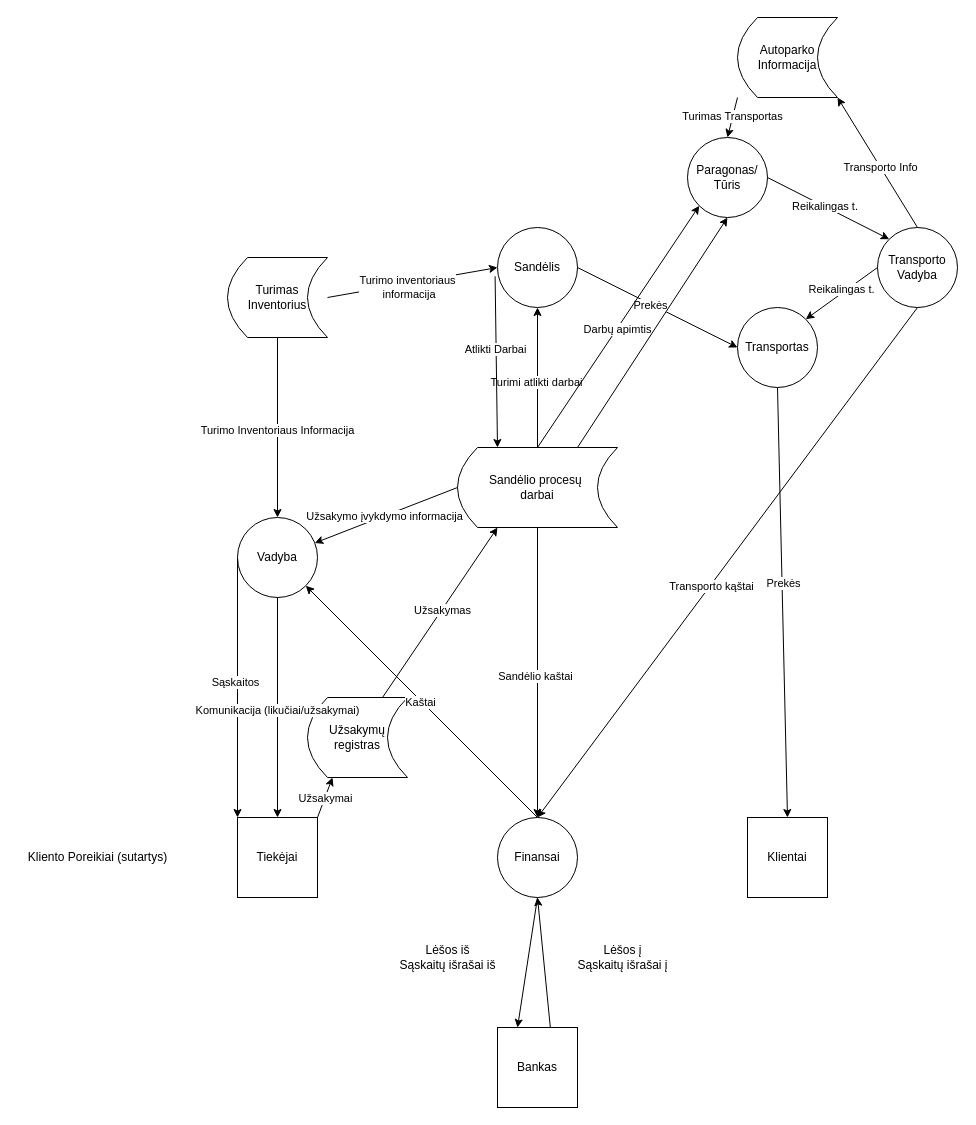
Earlier version of the draw.io diagram page "Pirmas Lygis" (3 of 3) of Untitled Diagram.drawio (D0mazo/Studijos). Source tidied: cells renumbered, new cells numbered last; positions are measured from the earlier drawing's top-left corner, leaving out a move shared by most shapes. Both pictures are drawn from the tidied source at 100%, with x=0, y=0 at pixel (17, 17).
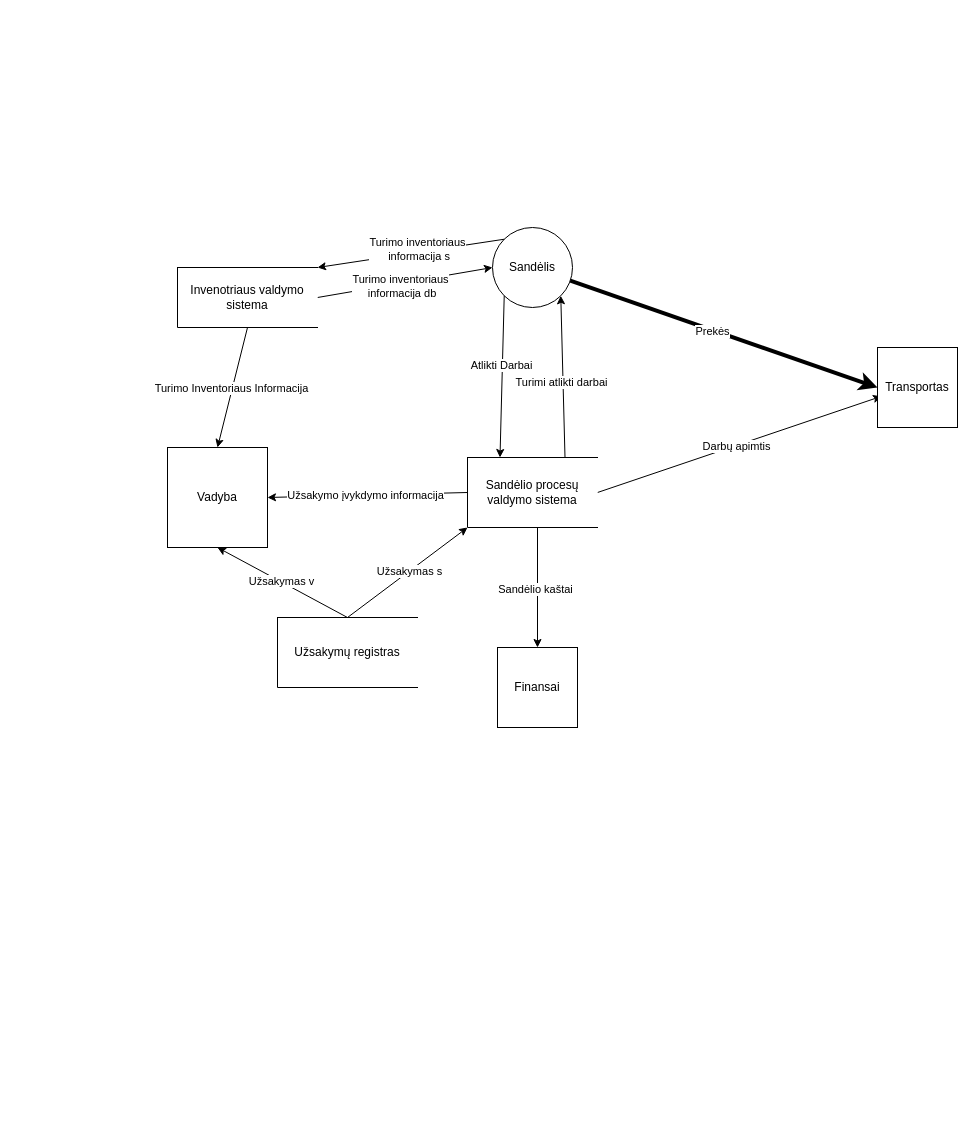
After the change.

The edit, as a diff of the source:
```diff
@@
-    <mxCell id="2" value="Klientai" style="whiteSpace=wrap;html=1;" parent="1" vertex="1">
-      <mxGeometry x="730" y="800" width="80" height="80" as="geometry" />
-    </mxCell>
-    <mxCell id="3" value="Tiekėjai" style="whiteSpace=wrap;html=1;" parent="1" vertex="1">
-      <mxGeometry x="220" y="800" width="80" height="80" as="geometry" />
-    </mxCell>
-    <mxCell id="4" value="Bankas" style="whiteSpace=wrap;html=1;" parent="1" vertex="1">
-      <mxGeometry x="480" y="1010" width="80" height="80" as="geometry" />
-    </mxCell>
-    <mxCell id="5" style="endArrow=classic;html=1;rounded=0;entryX=0.25;entryY=0;entryDx=0;entryDy=0;exitX=0.5;exitY=1;exitDx=0;exitDy=0;" parent="1" edge="1" source="20" target="4">
-      <mxGeometry relative="1" as="geometry" />
-    </mxCell>
-    <mxCell id="6" style="endArrow=classic;html=1;rounded=0;exitX=0.66;exitY=-0.005;exitDx=0;exitDy=0;exitPerimeter=0;entryX=0.5;entryY=1;entryDx=0;entryDy=0;" parent="1" edge="1" source="4" target="20">
-      <mxGeometry relative="1" as="geometry" />
-    </mxCell>
-    <mxCell id="7" value="Lėšos į&lt;div&gt;Sąskaitų išrašai į&lt;/div&gt;" style="text;html=1;align=center;verticalAlign=middle;strokeColor=none;fillColor=none;" parent="1" vertex="1">
-      <mxGeometry x="550" y="920" width="110" height="40" as="geometry" />
-    </mxCell>
-    <mxCell id="8" value="Lėšos iš&lt;div&gt;Sąskaitų išrašai iš&lt;/div&gt;" style="text;html=1;align=center;verticalAlign=middle;strokeColor=none;fillColor=none;" parent="1" vertex="1">
-      <mxGeometry x="370" y="920" width="120" height="40" as="geometry" />
-    </mxCell>
-    <mxCell id="9" value="Kliento Poreikiai (sutartys)" style="text;html=1;align=center;verticalAlign=middle;strokeColor=none;fillColor=none;" parent="1" vertex="1">
-      <mxGeometry y="825" width="160" height="30" as="geometry" />
-    </mxCell>
-    <mxCell id="10" value="Vadyba" style="ellipse;whiteSpace=wrap;html=1;" parent="1" vertex="1">
-      <mxGeometry x="220" y="500" width="80" height="80" as="geometry" />
-    </mxCell>
-    <mxCell id="11" style="endArrow=classic;html=1;rounded=0;exitX=1;exitY=0;exitDx=0;exitDy=0;entryX=0.25;entryY=1;entryDx=0;entryDy=0;" parent="1" edge="1" source="3" target="21">
-      <mxGeometry relative="1" as="geometry" />
-    </mxCell>
-    <mxCell id="12" value="Užsakymai" style="edgeLabel;html=1;align=center;verticalAlign=middle;" parent="11" vertex="1">
-      <mxGeometry x="-0.03" relative="1" as="geometry" />
-    </mxCell>
     <mxCell id="13" value="Sandėlis" style="ellipse;whiteSpace=wrap;html=1;" parent="1" vertex="1">
-      <mxGeometry x="480" y="210" width="80" height="80" as="geometry" />
+      <mxGeometry x="475" y="210" width="80" height="80" as="geometry" />
     </mxCell>
-    <mxCell id="14" style="endArrow=classic;html=1;rounded=0;exitX=1;exitY=0.5;exitDx=0;exitDy=0;entryX=0;entryY=0.5;entryDx=0;entryDy=0;" parent="1" edge="1" source="13" target="48">
+    <mxCell id="14" style="endArrow=classic;html=1;rounded=0;entryX=0;entryY=0.5;entryDx=0;entryDy=0;strokeWidth=4;" parent="1" edge="1" source="13" target="48">
       <mxGeometry relative="1" as="geometry" />
     </mxCell>
@@
-    <mxCell id="16" style="endArrow=classic;html=1;rounded=0;exitX=0.5;exitY=1;exitDx=0;exitDy=0;entryX=0.5;entryY=0;entryDx=0;entryDy=0;" parent="1" edge="1" source="48" target="2">
-      <mxGeometry relative="1" as="geometry" />
-    </mxCell>
-    <mxCell id="17" value="Prekės" style="edgeLabel;html=1;align=center;verticalAlign=middle;" parent="16" vertex="1">
-      <mxGeometry x="-0.09" y="1" relative="1" as="geometry" />
-    </mxCell>
-    <mxCell id="18" style="endArrow=classic;html=1;rounded=0;exitX=0;exitY=0.5;exitDx=0;exitDy=0;entryX=0;entryY=0;entryDx=0;entryDy=0;" parent="1" edge="1" source="10" target="3">
-      <mxGeometry relative="1" as="geometry" />
-    </mxCell>
-    <mxCell id="19" value="Sąskaitos" style="edgeLabel;html=1;align=center;verticalAlign=middle;" parent="18" vertex="1">
-      <mxGeometry x="-0.05" y="-3" relative="1" as="geometry" />
-    </mxCell>
-    <mxCell id="20" value="Finansai" style="ellipse;whiteSpace=wrap;html=1;" parent="1" vertex="1">
-      <mxGeometry x="480" y="800" width="80" height="80" as="geometry" />
-    </mxCell>
-    <mxCell id="21" value="Užsakymų registras" style="shape=dataStorage;whiteSpace=wrap;html=1;fixedSize=1;" parent="1" vertex="1">
-      <mxGeometry x="290" y="680" width="100" height="80" as="geometry" />
-    </mxCell>
-    <mxCell id="22" value="Turimas Inventorius" style="shape=dataStorage;whiteSpace=wrap;html=1;fixedSize=1;" parent="1" vertex="1">
-      <mxGeometry x="210" y="240" width="100" height="80" as="geometry" />
-    </mxCell>
-    <mxCell id="23" value="Autoparko Informacija" style="shape=dataStorage;whiteSpace=wrap;html=1;fixedSize=1;" parent="1" vertex="1">
-      <mxGeometry x="720" width="100" height="80" as="geometry" />
-    </mxCell>
-    <mxCell id="24" style="endArrow=classic;html=1;rounded=0;exitX=0.75;exitY=0;exitDx=0;exitDy=0;entryX=0.25;entryY=1;entryDx=0;entryDy=0;" parent="1" edge="1" source="21" target="26">
+    <mxCell id="24" style="endArrow=classic;html=1;rounded=0;exitX=0.5;exitY=0;exitDx=0;exitDy=0;entryX=0;entryY=1;entryDx=0;entryDy=0;" parent="1" edge="1" source="21" target="60">
       <mxGeometry relative="1" as="geometry" />
     </mxCell>
-    <mxCell id="25" value="Užsakymas" style="edgeLabel;html=1;align=center;verticalAlign=middle;" parent="24" vertex="1">
+    <mxCell id="25" value="Užsakymas s" style="edgeLabel;html=1;align=center;verticalAlign=middle;" parent="24" vertex="1">
       <mxGeometry x="0.03" relative="1" as="geometry" />
     </mxCell>
-    <mxCell id="26" value="Sandėlio procesų&amp;nbsp;&lt;div&gt;darbai&lt;/div&gt;" style="shape=dataStorage;whiteSpace=wrap;html=1;fixedSize=1;" parent="1" vertex="1">
-      <mxGeometry x="440" y="430" width="160" height="80" as="geometry" />
-    </mxCell>
-    <mxCell id="27" style="endArrow=classic;html=1;rounded=0;exitX=0;exitY=0.5;exitDx=0;exitDy=0;" parent="1" edge="1" source="26" target="10">
+    <mxCell id="27" style="endArrow=classic;html=1;rounded=0;exitX=0;exitY=0.5;exitDx=0;exitDy=0;entryX=1;entryY=0.5;entryDx=0;entryDy=0;" parent="1" edge="1" source="60" target="10">
       <mxGeometry relative="1" as="geometry" />
     </mxCell>
@@
-    <mxCell id="29" style="endArrow=classic;html=1;rounded=0;exitX=0.5;exitY=1;exitDx=0;exitDy=0;entryX=0.5;entryY=0;entryDx=0;entryDy=0;" parent="1" edge="1" source="10" target="3">
-      <mxGeometry relative="1" as="geometry" />
-    </mxCell>
-    <mxCell id="30" value="Komunikacija (likučiai/užsakymai)" style="edgeLabel;html=1;align=center;verticalAlign=middle;" parent="29" vertex="1">
-      <mxGeometry x="0.02" y="-1" relative="1" as="geometry" />
-    </mxCell>
-    <mxCell id="31" style="endArrow=classic;html=1;rounded=0;exitX=1;exitY=0.5;exitDx=0;exitDy=0;entryX=0;entryY=0.5;entryDx=0;entryDy=0;" parent="1" edge="1" source="22" target="13">
+    <mxCell id="31" style="endArrow=classic;html=1;rounded=0;exitX=1;exitY=0.5;exitDx=0;exitDy=0;entryX=0;entryY=0.5;entryDx=0;entryDy=0;" parent="1" edge="1" source="59" target="13">
       <mxGeometry relative="1" as="geometry" />
     </mxCell>
-    <mxCell id="32" value="Turimo inventoriaus&lt;div&gt;&amp;nbsp;informacija&lt;/div&gt;" style="edgeLabel;html=1;align=center;verticalAlign=middle;" parent="31" vertex="1">
+    <mxCell id="32" value="Turimo inventoriaus&lt;div&gt;&amp;nbsp;informacija db&lt;/div&gt;" style="edgeLabel;html=1;align=center;verticalAlign=middle;" parent="31" vertex="1">
       <mxGeometry x="-0.07" y="-3" relative="1" as="geometry" />
     </mxCell>
-    <mxCell id="33" style="endArrow=classic;html=1;rounded=0;entryX=0.5;entryY=1;entryDx=0;entryDy=0;" parent="1" edge="1" target="13">
-      <mxGeometry relative="1" as="geometry">
-        <mxPoint x="520" y="430" as="sourcePoint" />
-      </mxGeometry>
+    <mxCell id="33" style="endArrow=classic;html=1;rounded=0;entryX=1;entryY=1;entryDx=0;entryDy=0;exitX=0.75;exitY=0;exitDx=0;exitDy=0;" parent="1" edge="1" source="60" target="13">
+      <mxGeometry relative="1" as="geometry" />
     </mxCell>
@@
-    <mxCell id="35" value="Paragonas/&lt;div&gt;Tūris&lt;/div&gt;" style="ellipse;whiteSpace=wrap;html=1;" parent="1" vertex="1">
-      <mxGeometry x="670" y="120" width="80" height="80" as="geometry" />
-    </mxCell>
-    <mxCell id="36" value="Transporto&lt;div&gt;Vadyba&lt;/div&gt;" style="ellipse;whiteSpace=wrap;html=1;" parent="1" vertex="1">
-      <mxGeometry x="860" y="210" width="80" height="80" as="geometry" />
-    </mxCell>
-    <mxCell id="37" style="endArrow=classic;html=1;rounded=0;exitX=0.5;exitY=0;exitDx=0;exitDy=0;entryX=0;entryY=1;entryDx=0;entryDy=0;" parent="1" edge="1" source="26" target="35">
+    <mxCell id="37" style="endArrow=classic;html=1;rounded=0;exitX=1;exitY=0.5;exitDx=0;exitDy=0;entryX=0.05;entryY=0.61;entryDx=0;entryDy=0;entryPerimeter=0;" parent="1" edge="1" source="60" target="48">
       <mxGeometry relative="1" as="geometry" />
     </mxCell>
@@
-    <mxCell id="39" style="endArrow=classic;html=1;rounded=0;exitX=0;exitY=1;exitDx=0;exitDy=0;entryX=0.5;entryY=0;entryDx=0;entryDy=0;" parent="1" edge="1" source="23" target="35">
-      <mxGeometry relative="1" as="geometry" />
-    </mxCell>
-    <mxCell id="40" value="Turimas Transportas" style="edgeLabel;html=1;align=center;verticalAlign=middle;" parent="39" vertex="1">
-      <mxGeometry x="-0.1" relative="1" as="geometry">
-        <mxPoint x="-1" as="offset" />
-      </mxGeometry>
-    </mxCell>
-    <mxCell id="41" style="endArrow=classic;html=1;rounded=0;exitX=0.5;exitY=0;exitDx=0;exitDy=0;entryX=1;entryY=1;entryDx=0;entryDy=0;" parent="1" edge="1" source="36" target="23">
-      <mxGeometry relative="1" as="geometry" />
-    </mxCell>
-    <mxCell id="42" value="Transporto Info" style="edgeLabel;html=1;align=center;verticalAlign=middle;" parent="41" vertex="1">
-      <mxGeometry x="-0.07" relative="1" as="geometry" />
-    </mxCell>
-    <mxCell id="43" style="endArrow=classic;html=1;rounded=0;exitX=0.5;exitY=1;exitDx=0;exitDy=0;entryX=0.5;entryY=0;entryDx=0;entryDy=0;" parent="1" edge="1" source="36" target="20">
-      <mxGeometry relative="1" as="geometry" />
-    </mxCell>
-    <mxCell id="44" value="Transporto kąštai" style="edgeLabel;html=1;align=center;verticalAlign=middle;" parent="43" vertex="1">
-      <mxGeometry x="0.09" y="1" relative="1" as="geometry" />
-    </mxCell>
-    <mxCell id="45" style="endArrow=classic;html=1;rounded=0;entryX=0;entryY=0;entryDx=0;entryDy=0;exitX=1;exitY=0.5;exitDx=0;exitDy=0;" parent="1" edge="1" source="35" target="36">
-      <mxGeometry relative="1" as="geometry" />
-    </mxCell>
-    <mxCell id="46" value="Reikalingas t.&amp;nbsp;" style="edgeLabel;html=1;align=center;verticalAlign=middle;" parent="45" vertex="1">
-      <mxGeometry x="-0.05" y="1" relative="1" as="geometry" />
-    </mxCell>
-    <mxCell id="47" style="endArrow=classic;html=1;rounded=0;entryX=0.5;entryY=1;entryDx=0;entryDy=0;exitX=0.75;exitY=0;exitDx=0;exitDy=0;" parent="1" edge="1" source="26" target="35">
-      <mxGeometry relative="1" as="geometry" />
-    </mxCell>
-    <mxCell id="48" value="Transportas" style="ellipse;whiteSpace=wrap;html=1;" parent="1" vertex="1">
-      <mxGeometry x="720" y="290" width="80" height="80" as="geometry" />
-    </mxCell>
-    <mxCell id="49" style="endArrow=classic;html=1;rounded=0;entryX=1;entryY=0;entryDx=0;entryDy=0;exitX=0;exitY=0.5;exitDx=0;exitDy=0;" parent="1" edge="1" source="36" target="48">
-      <mxGeometry relative="1" as="geometry" />
-    </mxCell>
-    <mxCell id="50" value="Reikalingas t." style="edgeLabel;html=1;align=center;verticalAlign=middle;" parent="49" vertex="1">
-      <mxGeometry x="-0.04" y="-4" relative="1" as="geometry" />
-    </mxCell>
-    <mxCell id="51" style="endArrow=classic;html=1;rounded=0;exitX=-0.03;exitY=0.61;exitDx=0;exitDy=0;exitPerimeter=0;entryX=0.25;entryY=0;entryDx=0;entryDy=0;" parent="1" edge="1" source="13" target="26">
+    <mxCell id="51" style="endArrow=classic;html=1;rounded=0;exitX=0;exitY=1;exitDx=0;exitDy=0;entryX=0.25;entryY=0;entryDx=0;entryDy=0;" parent="1" edge="1" source="13" target="60">
       <mxGeometry relative="1" as="geometry" />
     </mxCell>
@@
-    <mxCell id="53" style="endArrow=classic;html=1;rounded=0;exitX=0.5;exitY=1;exitDx=0;exitDy=0;entryX=0.5;entryY=0;entryDx=0;entryDy=0;" parent="1" edge="1" source="22" target="10">
+    <mxCell id="53" style="endArrow=classic;html=1;rounded=0;exitX=0.5;exitY=1;exitDx=0;exitDy=0;entryX=0.5;entryY=0;entryDx=0;entryDy=0;" parent="1" edge="1" source="59" target="10">
       <mxGeometry relative="1" as="geometry" />
     </mxCell>
@@
-    <mxCell id="55" style="endArrow=classic;html=1;rounded=0;exitX=0.5;exitY=1;exitDx=0;exitDy=0;entryX=0.5;entryY=0;entryDx=0;entryDy=0;" parent="1" edge="1" source="26" target="20">
-      <mxGeometry relative="1" as="geometry" />
+    <mxCell id="55" style="endArrow=classic;html=1;rounded=0;exitX=0.5;exitY=1;exitDx=0;exitDy=0;entryX=0.5;entryY=0;entryDx=0;entryDy=0;" parent="1" edge="1" target="20">
+      <mxGeometry relative="1" as="geometry">
+        <mxPoint x="520" y="510" as="sourcePoint" />
+      </mxGeometry>
     </mxCell>
@@
-    <mxCell id="57" style="endArrow=classic;html=1;rounded=0;entryX=1;entryY=1;entryDx=0;entryDy=0;" parent="1" edge="1" target="10">
-      <mxGeometry relative="1" as="geometry">
-        <mxPoint x="520" y="800" as="sourcePoint" />
-      </mxGeometry>
-    </mxCell>
-    <mxCell id="58" value="Kaštai" style="edgeLabel;html=1;align=center;verticalAlign=middle;" parent="57" vertex="1">
-      <mxGeometry x="0.01" y="1" relative="1" as="geometry" />
-    </mxCell>
+    <mxCell id="10" value="Vadyba" style="whiteSpace=wrap;html=1;" parent="1" vertex="1">
+      <mxGeometry x="150" y="430" width="100" height="100" as="geometry" />
+    </mxCell>
+    <mxCell id="20" value="Finansai" style="whiteSpace=wrap;html=1;" parent="1" vertex="1">
+      <mxGeometry x="480" y="630" width="80" height="80" as="geometry" />
+    </mxCell>
+    <mxCell id="59" value="Invenotriaus valdymo sistema" style="html=1;dashed=0;whiteSpace=wrap;shape=partialRectangle;right=0;" parent="1" vertex="1">
+      <mxGeometry x="160" y="250" width="140" height="60" as="geometry" />
+    </mxCell>
+    <mxCell id="60" value="Sandėlio procesų valdymo sistema" style="html=1;dashed=0;whiteSpace=wrap;shape=partialRectangle;right=0;" parent="1" vertex="1">
+      <mxGeometry x="450" y="440" width="130" height="70" as="geometry" />
+    </mxCell>
+    <mxCell id="48" value="Transportas" style="whiteSpace=wrap;html=1;" parent="1" vertex="1">
+      <mxGeometry x="860" y="330" width="80" height="80" as="geometry" />
+    </mxCell>
+    <mxCell id="61" style="endArrow=classic;html=1;rounded=0;exitX=0;exitY=0;exitDx=0;exitDy=0;entryX=1;entryY=0;entryDx=0;entryDy=0;" parent="1" edge="1" source="13" target="59">
+      <mxGeometry relative="1" as="geometry" />
+    </mxCell>
+    <mxCell id="62" value="Turimo inventoriaus&lt;div&gt;&amp;nbsp;informacija s&lt;/div&gt;" style="edgeLabel;html=1;align=center;verticalAlign=middle;" parent="61" vertex="1">
+      <mxGeometry x="-0.07" y="-3" relative="1" as="geometry" />
+    </mxCell>
+    <mxCell id="21" value="Užsakymų registras" style="html=1;dashed=0;whiteSpace=wrap;shape=partialRectangle;right=0;" parent="1" vertex="1">
+      <mxGeometry x="260" y="600" width="140" height="70" as="geometry" />
+    </mxCell>
+    <mxCell id="63" style="endArrow=classic;html=1;rounded=0;exitX=0.5;exitY=0;exitDx=0;exitDy=0;entryX=0.5;entryY=1;entryDx=0;entryDy=0;" parent="1" edge="1" source="21" target="10">
+      <mxGeometry relative="1" as="geometry" />
+    </mxCell>
+    <mxCell id="64" value="Užsakymas v" style="edgeLabel;html=1;align=center;verticalAlign=middle;" parent="63" vertex="1">
+      <mxGeometry x="0.03" relative="1" as="geometry" />
+    </mxCell>
```
